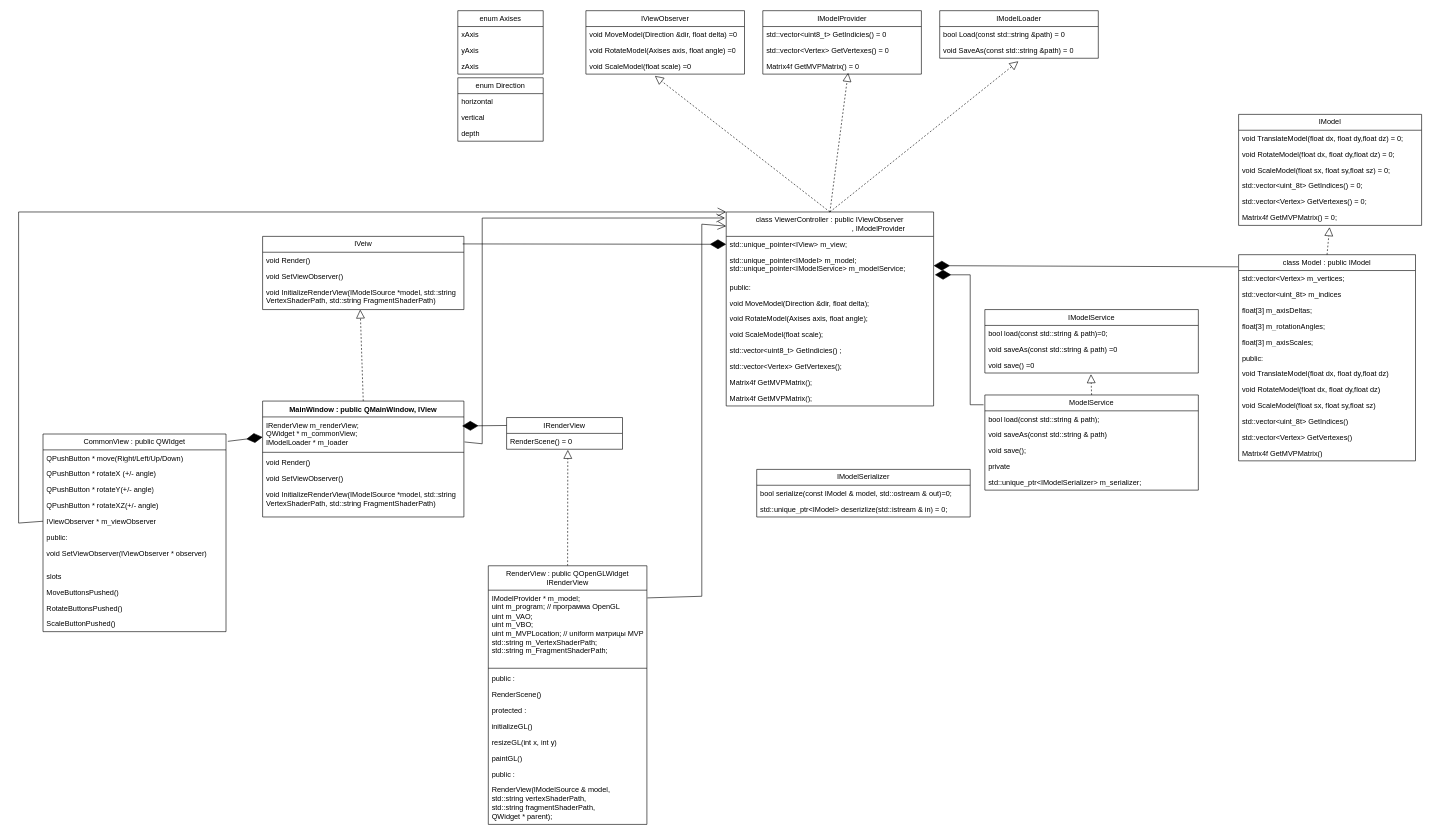
Earlier version of the draw.io diagram Arch/MVCDiagram.drawio (RomanMaksimenko/OglViewer3D). Source tidied: cells renumbered, new cells numbered last; positions are measured from the earlier drawing's top-left corner, leaving out a move shared by most shapes. Both pictures are drawn from the tidied source at 61%, with x=0, y=0 at pixel (18, 10).
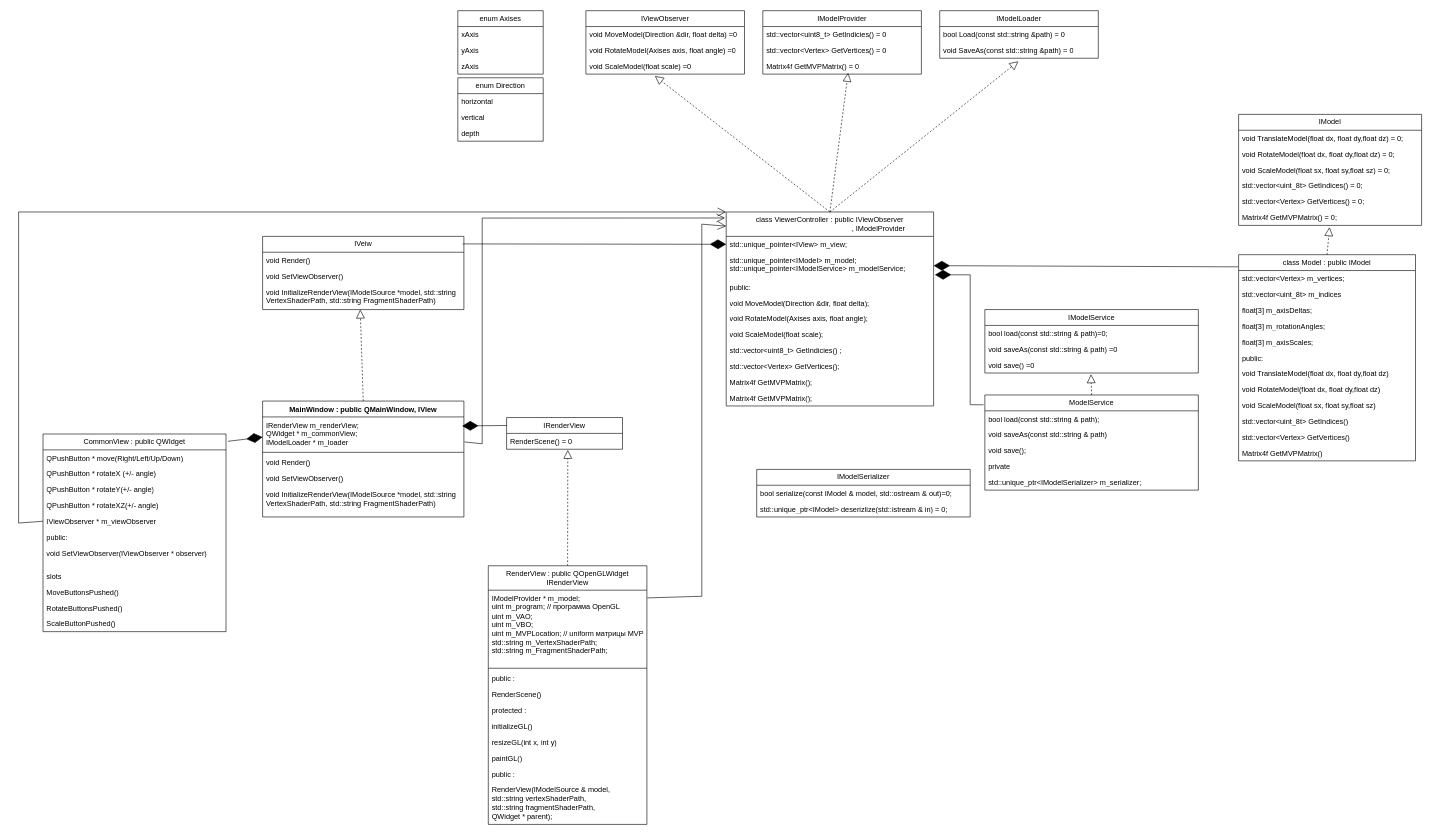
Above is the later version.

The change refers to these unchanged cells:
```xml
<mxCell id="52" value="IModelProvider" style="swimlane;fontStyle=0;horizontal=1;startSize=26;fillColor=none;whiteSpace=wrap;html=1;" parent="1" vertex="1">
  <mxGeometry x="1220" width="260" height="104" as="geometry" />
</mxCell>
<mxCell id="56" value="class ViewerController : public IViewObserver&lt;br&gt;&amp;nbsp; &amp;nbsp; &amp;nbsp; &amp;nbsp; &amp;nbsp; &amp;nbsp; &amp;nbsp; &amp;nbsp; &amp;nbsp; &amp;nbsp; &amp;nbsp; &amp;nbsp; &amp;nbsp; &amp;nbsp; &amp;nbsp; &amp;nbsp; &amp;nbsp; &amp;nbsp; &amp;nbsp; &amp;nbsp; &amp;nbsp; &amp;nbsp; &amp;nbsp; &amp;nbsp; , IModelProvider" style="swimlane;fontStyle=0;horizontal=1;startSize=40;fillColor=none;whiteSpace=wrap;html=1;" parent="1" vertex="1">
  <mxGeometry x="1160" y="330" width="340" height="318" as="geometry" />
</mxCell>
<mxCell id="73" value="IModel" style="swimlane;fontStyle=0;horizontal=1;startSize=26;fillColor=none;whiteSpace=wrap;html=1;" parent="1" vertex="1">
  <mxGeometry x="2000" y="170" width="300" height="182" as="geometry" />
</mxCell>
<mxCell id="80" value="class Model : public IModel" style="swimlane;fontStyle=0;horizontal=1;startSize=26;fillColor=none;whiteSpace=wrap;html=1;" parent="1" vertex="1">
  <mxGeometry x="2000" y="400" width="290" height="338" as="geometry" />
</mxCell>
```

Diff of the diagram source:
```diff
@@
-    <mxCell id="54" value="std::vector&amp;lt;Vertex&amp;gt; GetVertexes() = 0" style="text;strokeColor=none;fillColor=none;align=left;verticalAlign=top;spacingLeft=4;spacingRight=4;overflow=hidden;whiteSpace=wrap;html=1;" parent="52" vertex="1">
+    <mxCell id="54" value="std::vector&amp;lt;Vertex&amp;gt; GetVertices() = 0" style="text;strokeColor=none;fillColor=none;align=left;verticalAlign=top;spacingLeft=4;spacingRight=4;overflow=hidden;whiteSpace=wrap;html=1;" parent="52" vertex="1">
       <mxGeometry y="52" width="260" height="26" as="geometry" />
     </mxCell>
@@
-    <mxCell id="64" value="std::vector&amp;lt;Vertex&amp;gt; GetVertexes();" style="text;strokeColor=none;fillColor=none;align=left;verticalAlign=top;spacingLeft=4;spacingRight=4;overflow=hidden;whiteSpace=wrap;html=1;" parent="56" vertex="1">
+    <mxCell id="64" value="std::vector&amp;lt;Vertex&amp;gt; GetVertices();" style="text;strokeColor=none;fillColor=none;align=left;verticalAlign=top;spacingLeft=4;spacingRight=4;overflow=hidden;whiteSpace=wrap;html=1;" parent="56" vertex="1">
       <mxGeometry y="240" width="340" height="26" as="geometry" />
     </mxCell>
@@
-    <mxCell id="78" value="std::vector&amp;lt;Vertex&amp;gt; GetVertexes() = 0;" style="text;strokeColor=none;fillColor=none;align=left;verticalAlign=top;spacingLeft=4;spacingRight=4;overflow=hidden;whiteSpace=wrap;html=1;" parent="73" vertex="1">
+    <mxCell id="78" value="std::vector&amp;lt;Vertex&amp;gt; GetVertices() = 0;" style="text;strokeColor=none;fillColor=none;align=left;verticalAlign=top;spacingLeft=4;spacingRight=4;overflow=hidden;whiteSpace=wrap;html=1;" parent="73" vertex="1">
       <mxGeometry y="130" width="300" height="26" as="geometry" />
     </mxCell>
@@
-    <mxCell id="91" value="std::vector&amp;lt;Vertex&amp;gt; GetVertexes()&amp;nbsp;" style="text;strokeColor=none;fillColor=none;align=left;verticalAlign=top;spacingLeft=4;spacingRight=4;overflow=hidden;whiteSpace=wrap;html=1;" parent="80" vertex="1">
+    <mxCell id="91" value="std::vector&amp;lt;Vertex&amp;gt; GetVertices()&amp;nbsp;" style="text;strokeColor=none;fillColor=none;align=left;verticalAlign=top;spacingLeft=4;spacingRight=4;overflow=hidden;whiteSpace=wrap;html=1;" parent="80" vertex="1">
       <mxGeometry y="286" width="290" height="26" as="geometry" />
     </mxCell>
```
